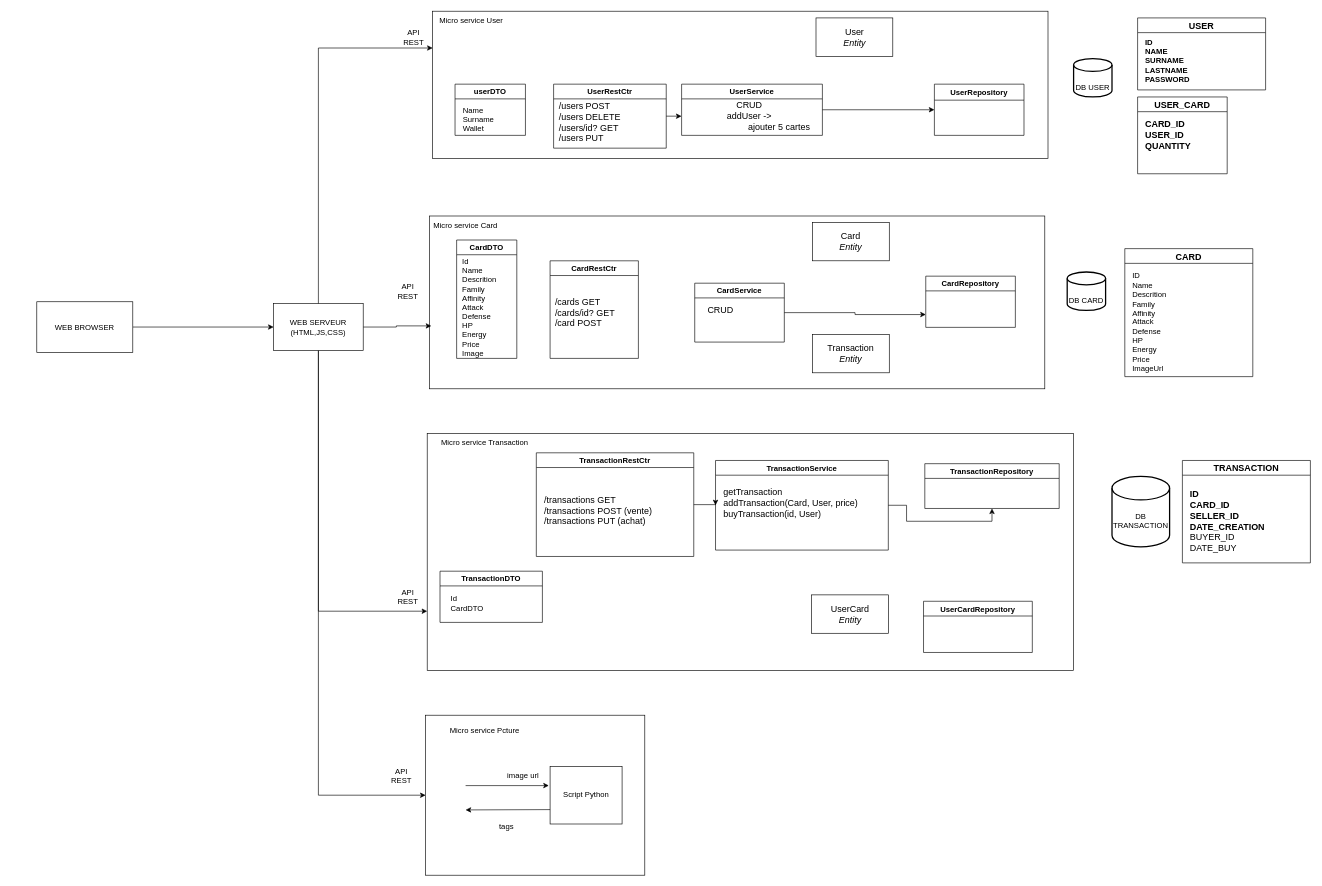
GOROVSKY/ASI_CPE keeps this draw.io diagram as Atelier3/atelier3.drawio. Above is the earlier version. Source tidied: cells renumbered, new cells numbered last; positions are measured from the earlier drawing's top-left corner, leaving out a move shared by most shapes. Both pictures are drawn from the tidied source at 64%, with x=0, y=0 at pixel (36, 11).
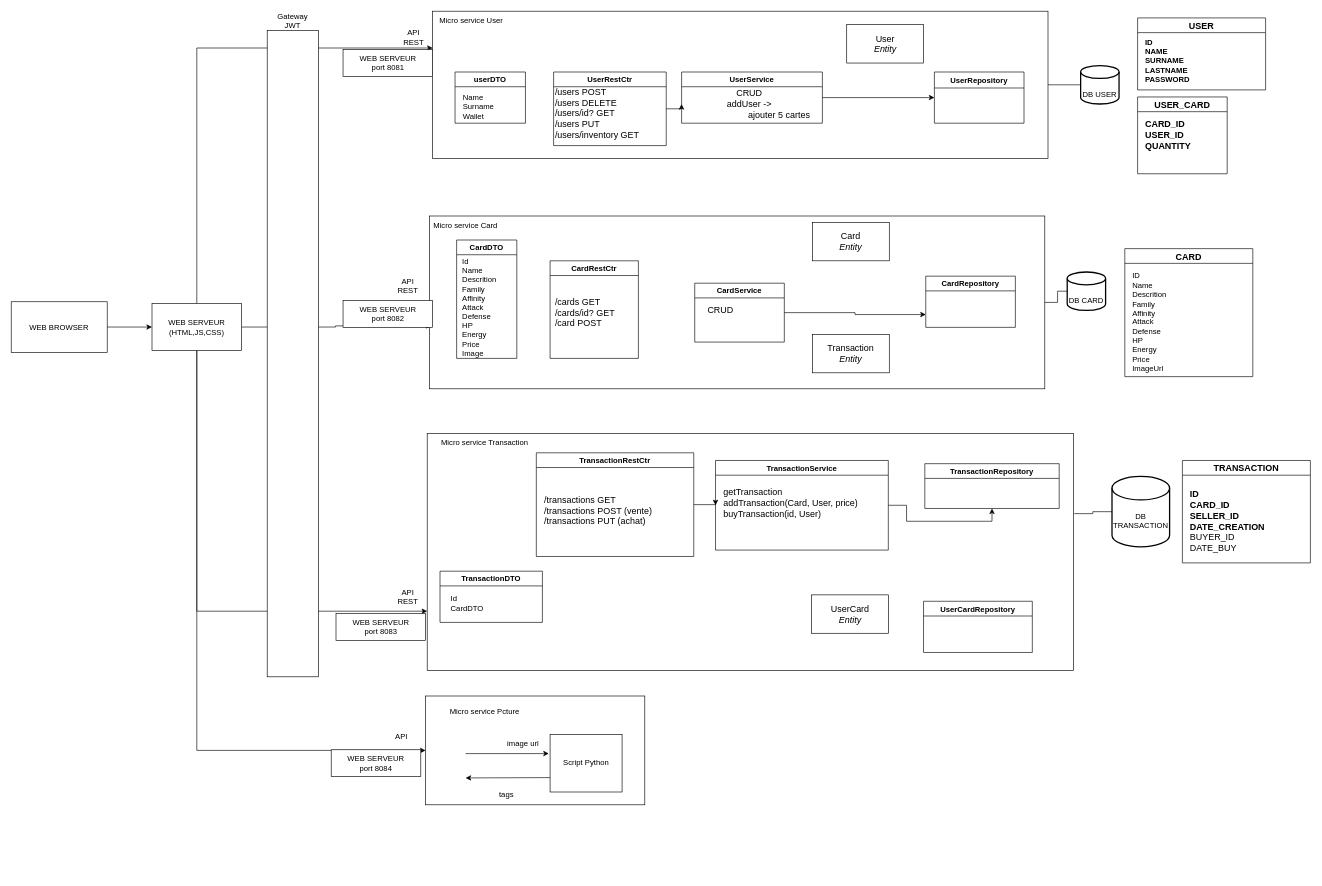
After the change.

Commit message:
diagram microservice

Unchanged cells that the change refers to:
```xml
<mxCell id="3" style="rounded=0;whiteSpace=wrap;html=1;fillColor=none;" parent="1" vertex="1">
  <mxGeometry x="610" y="660" width="1010" height="370" as="geometry" />
</mxCell>
<mxCell id="14" style="rounded=0;whiteSpace=wrap;html=1;fillColor=none;" parent="12" vertex="1">
  <mxGeometry x="-188.5" y="-70" width="961.5" height="270" as="geometry" />
</mxCell>
<mxCell id="59" value="&lt;br&gt;&lt;div&gt;&lt;br&gt;&lt;/div&gt;&lt;div&gt;DB CARD&lt;/div&gt;" style="strokeWidth=2;html=1;shape=mxgraph.flowchart.database;whiteSpace=wrap;fillColor=none;" parent="1" vertex="1">
  <mxGeometry x="1610" y="407.5" width="60" height="60" as="geometry" />
</mxCell>
<mxCell id="60" value="&lt;br&gt;&lt;div&gt;&lt;br&gt;&lt;/div&gt;&lt;div&gt;DB TRANSACTION&lt;/div&gt;" style="strokeWidth=2;html=1;shape=mxgraph.flowchart.database;whiteSpace=wrap;fillColor=none;" parent="1" vertex="1">
  <mxGeometry x="1680" y="727" width="90" height="110" as="geometry" />
</mxCell>
```

Diff of the diagram source:
```diff
@@
+    <mxCell id="52" style="rounded=0;whiteSpace=wrap;html=1;fillColor=none;" parent="1" vertex="1">
+      <mxGeometry x="618.5" width="961.5" height="230" as="geometry" />
+    </mxCell>
     <mxCell id="2" style="rounded=0;whiteSpace=wrap;html=1;fillColor=none;" parent="1" vertex="1">
-      <mxGeometry x="607.5" y="1100" width="342.5" height="250" as="geometry" />
+      <mxGeometry x="607.5" y="1070" width="342.5" height="170" as="geometry" />
     </mxCell>
@@
     <mxCell id="8" value="&lt;div&gt;WEB SERVEUR&lt;/div&gt;&lt;div&gt;(HTML,JS,CSS)&lt;br&gt;&lt;/div&gt;" style="rounded=0;whiteSpace=wrap;html=1;" parent="1" vertex="1">
-      <mxGeometry x="370" y="457" width="140" height="73" as="geometry" />
+      <mxGeometry x="180" y="457" width="140" height="73" as="geometry" />
     </mxCell>
@@
     <mxCell id="10" value="UserRestCtr" style="swimlane;" parent="1" vertex="1">
-      <mxGeometry x="807.5" y="114" width="176" height="100" as="geometry" />
+      <mxGeometry x="807.5" y="95" width="176" height="115" as="geometry" />
     </mxCell>
-    <mxCell id="11" value="&lt;div align=&quot;left&quot;&gt;/users POST&lt;br&gt;&lt;/div&gt;&lt;div style=&quot;font-size: 14px&quot; align=&quot;left&quot;&gt;/users DELETE&lt;br style=&quot;font-size: 14px&quot;&gt;&lt;/div&gt;&lt;div&gt;/users/id? GET&lt;/div&gt;&lt;div&gt;/users PUT&lt;/div&gt;" style="text;html=1;align=left;verticalAlign=middle;strokeColor=none;fillColor=none;fontSize=14;" parent="10" vertex="1">
-      <mxGeometry x="6" y="25" width="110" height="70" as="geometry" />
+    <mxCell id="11" value="&lt;div align=&quot;left&quot;&gt;/users POST&lt;br&gt;&lt;/div&gt;&lt;div style=&quot;font-size: 14px&quot; align=&quot;left&quot;&gt;/users DELETE&lt;br style=&quot;font-size: 14px&quot;&gt;&lt;/div&gt;&lt;div&gt;/users/id? GET&lt;/div&gt;&lt;div&gt;/users PUT&lt;/div&gt;&lt;div&gt;/users/inventory GET&lt;/div&gt;" style="text;html=1;align=left;verticalAlign=middle;strokeColor=none;fillColor=none;fontSize=14;" parent="10" vertex="1">
+      <mxGeometry x="0.5" y="20" width="150" height="90" as="geometry" />
     </mxCell>
@@
     <mxCell id="18" value="&lt;div&gt;User&lt;/div&gt;&lt;i&gt;Entity&lt;/i&gt;" style="rounded=0;whiteSpace=wrap;html=1;fontSize=14;fillColor=default;" parent="1" vertex="1">
-      <mxGeometry x="1217.5" y="10.5" width="120" height="60" as="geometry" />
+      <mxGeometry x="1265.5" y="21" width="120" height="60" as="geometry" />
     </mxCell>
@@
     <mxCell id="20" value="UserService" style="swimlane;" parent="1" vertex="1">
-      <mxGeometry x="1007.5" y="114" width="220" height="80" as="geometry" />
+      <mxGeometry x="1007.5" y="95" width="220" height="80" as="geometry" />
     </mxCell>
     <mxCell id="21" value="UserRepository" style="swimlane;startSize=25;" parent="1" vertex="1">
-      <mxGeometry x="1402.5" y="114" width="140" height="80" as="geometry" />
+      <mxGeometry x="1402.5" y="95" width="140" height="80" as="geometry" />
     </mxCell>
@@
     <mxCell id="44" value="userDTO" style="swimlane;fillColor=none;" parent="1" vertex="1">
-      <mxGeometry x="653.5" y="114" width="110" height="80" as="geometry" />
+      <mxGeometry x="653.5" y="95" width="110" height="80" as="geometry" />
     </mxCell>
@@
     <mxCell id="49" value="&lt;div&gt;CRUD&lt;/div&gt;&lt;div&gt;addUser -&amp;gt; &lt;br&gt;&lt;/div&gt;&lt;div&gt;&lt;span style=&quot;white-space: pre&quot;&gt;&#9;&lt;/span&gt;&lt;span style=&quot;white-space: pre&quot;&gt;&#9;&lt;/span&gt;&lt;span style=&quot;white-space: pre&quot;&gt;&#9;&lt;/span&gt;ajouter 5 cartes&lt;br&gt;&lt;/div&gt;" style="text;html=1;align=center;verticalAlign=middle;points=[];strokeColor=none;fillColor=none;fontSize=14;" parent="1" vertex="1">
-      <mxGeometry x="997.5" y="134" width="230" height="60" as="geometry" />
+      <mxGeometry x="997.5" y="115" width="230" height="60" as="geometry" />
     </mxCell>
@@
     <mxCell id="51" value="WEB BROWSER" style="rounded=0;whiteSpace=wrap;html=1;" parent="1" vertex="1">
-      <mxGeometry y="454" width="150" height="79" as="geometry" />
+      <mxGeometry x="-40" y="454" width="150" height="79" as="geometry" />
     </mxCell>
-    <mxCell id="52" style="rounded=0;whiteSpace=wrap;html=1;fillColor=none;" parent="1" vertex="1">
-      <mxGeometry x="618.5" width="961.5" height="230" as="geometry" />
-    </mxCell>
+    <mxCell id="68" style="edgeStyle=orthogonalEdgeStyle;rounded=0;jettySize=auto;html=1;startArrow=none;startFill=0;endArrow=none;endFill=0;" parent="1" edge="1" source="52" target="58">
+      <mxGeometry relative="1" as="geometry" />
+    </mxCell>
@@
     <mxCell id="55" value="&lt;div&gt;API&lt;/div&gt;&lt;div&gt;REST&lt;br&gt;&lt;/div&gt;" style="text;html=1;strokeColor=none;fillColor=none;align=center;verticalAlign=middle;whiteSpace=wrap;rounded=0;" parent="1" vertex="1">
-      <mxGeometry x="550" y="422.5" width="60" height="30" as="geometry" />
+      <mxGeometry x="550" y="414" width="60" height="30" as="geometry" />
     </mxCell>
@@
     <mxCell id="58" value="&lt;br&gt;&lt;div&gt;&lt;br&gt;&lt;/div&gt;&lt;div&gt;DB USER&lt;/div&gt;" style="strokeWidth=2;html=1;shape=mxgraph.flowchart.database;whiteSpace=wrap;fillColor=none;" parent="1" vertex="1">
-      <mxGeometry x="1620" y="74" width="60" height="60" as="geometry" />
+      <mxGeometry x="1631" y="85" width="60" height="60" as="geometry" />
     </mxCell>
@@
-    <mxCell id="61" value="&lt;div&gt;API&lt;/div&gt;&lt;div&gt;REST&lt;br&gt;&lt;/div&gt;" style="text;html=1;strokeColor=none;fillColor=none;align=center;verticalAlign=middle;whiteSpace=wrap;rounded=0;" parent="1" vertex="1">
-      <mxGeometry x="540" y="1180" width="60" height="30" as="geometry" />
+    <mxCell id="61" value="&lt;div&gt;API&lt;/div&gt;" style="text;html=1;strokeColor=none;fillColor=none;align=center;verticalAlign=middle;whiteSpace=wrap;rounded=0;" parent="1" vertex="1">
+      <mxGeometry x="540" y="1119" width="60" height="30" as="geometry" />
     </mxCell>
     <mxCell id="62" value="Micro service Pcture" style="text;html=1;strokeColor=none;fillColor=none;align=center;verticalAlign=middle;whiteSpace=wrap;rounded=0;" parent="1" vertex="1">
-      <mxGeometry x="610" y="1110" width="180" height="30" as="geometry" />
+      <mxGeometry x="610" y="1080" width="180" height="30" as="geometry" />
     </mxCell>
     <mxCell id="63" value="Script Python" style="rounded=0;whiteSpace=wrap;html=1;fillColor=none;" parent="1" vertex="1">
-      <mxGeometry x="802" y="1180" width="112.5" height="90" as="geometry" />
+      <mxGeometry x="802" y="1130" width="112.5" height="90" as="geometry" />
     </mxCell>
     <mxCell id="64" style="endArrow=classic;html=1;rounded=0;" parent="1" edge="1">
       <mxGeometry relative="1" as="geometry">
-        <mxPoint x="670" y="1210" as="sourcePoint" />
-        <mxPoint x="800" y="1210" as="targetPoint" />
+        <mxPoint x="670" y="1160" as="sourcePoint" />
+        <mxPoint x="800" y="1160" as="targetPoint" />
       </mxGeometry>
     </mxCell>
     <mxCell id="65" value="image url" style="text;html=1;strokeColor=none;fillColor=none;align=center;verticalAlign=middle;whiteSpace=wrap;rounded=0;" parent="1" vertex="1">
-      <mxGeometry x="730" y="1180" width="60" height="30" as="geometry" />
+      <mxGeometry x="730" y="1130" width="60" height="30" as="geometry" />
     </mxCell>
     <mxCell id="66" style="endArrow=none;html=1;rounded=0;endFill=0;startArrow=classic;startFill=1;entryX=0;entryY=0.75;entryDx=0;entryDy=0;" parent="1" edge="1" target="63">
       <mxGeometry relative="1" as="geometry">
-        <mxPoint x="670" y="1248" as="sourcePoint" />
+        <mxPoint x="670" y="1198" as="sourcePoint" />
       </mxGeometry>
     </mxCell>
     <mxCell id="67" value="tags" style="text;html=1;strokeColor=none;fillColor=none;align=center;verticalAlign=middle;whiteSpace=wrap;rounded=0;" parent="1" vertex="1">
-      <mxGeometry x="703.5" y="1260" width="60" height="30" as="geometry" />
+      <mxGeometry x="703.5" y="1210" width="60" height="30" as="geometry" />
     </mxCell>
+    <mxCell id="69" style="edgeStyle=orthogonalEdgeStyle;rounded=0;jettySize=auto;html=1;startArrow=none;startFill=0;endArrow=none;endFill=0;exitX=1;exitY=0.5;exitDx=0;exitDy=0;" parent="1" edge="1" source="14" target="59">
+      <mxGeometry relative="1" as="geometry" />
+    </mxCell>
+    <mxCell id="70" style="edgeStyle=orthogonalEdgeStyle;rounded=0;jettySize=auto;html=1;startArrow=none;startFill=0;endArrow=none;endFill=0;entryX=0;entryY=0.5;entryDx=0;entryDy=0;entryPerimeter=0;exitX=1.001;exitY=0.338;exitDx=0;exitDy=0;exitPerimeter=0;" parent="1" edge="1" source="3" target="60">
+      <mxGeometry relative="1" as="geometry" />
+    </mxCell>
+    <mxCell id="71" value="&lt;div&gt;WEB SERVEUR&lt;/div&gt;&lt;div&gt;port 8081&lt;br&gt;&lt;/div&gt;" style="rounded=0;whiteSpace=wrap;html=1;" parent="1" vertex="1">
+      <mxGeometry x="478.5" y="60" width="140" height="42" as="geometry" />
+    </mxCell>
+    <mxCell id="72" value="&lt;div&gt;WEB SERVEUR&lt;/div&gt;&lt;div&gt;port 8082&lt;br&gt;&lt;/div&gt;" style="rounded=0;whiteSpace=wrap;html=1;" parent="1" vertex="1">
+      <mxGeometry x="478.5" y="452" width="140" height="42" as="geometry" />
+    </mxCell>
+    <mxCell id="73" value="&lt;div&gt;WEB SERVEUR&lt;/div&gt;&lt;div&gt;port 8083&lt;/div&gt;" style="rounded=0;whiteSpace=wrap;html=1;" parent="1" vertex="1">
+      <mxGeometry x="467.5" y="941" width="140" height="42" as="geometry" />
+    </mxCell>
+    <mxCell id="74" value="&lt;div&gt;WEB SERVEUR&lt;/div&gt;&lt;div&gt;port 8084&lt;/div&gt;" style="rounded=0;whiteSpace=wrap;html=1;" parent="1" vertex="1">
+      <mxGeometry x="460" y="1154" width="140" height="42" as="geometry" />
+    </mxCell>
+    <mxCell id="75" style="rounded=0;whiteSpace=wrap;html=1;fillColor=default;" parent="1" vertex="1">
+      <mxGeometry x="360" y="30" width="80" height="1010" as="geometry" />
+    </mxCell>
+    <mxCell id="76" value="&lt;div&gt;Gateway&lt;/div&gt;&lt;div&gt;JWT&lt;/div&gt;" style="text;html=1;strokeColor=none;fillColor=none;align=center;verticalAlign=middle;whiteSpace=wrap;rounded=0;" parent="1" vertex="1">
+      <mxGeometry x="370" width="60" height="30" as="geometry" />
+    </mxCell>
```
